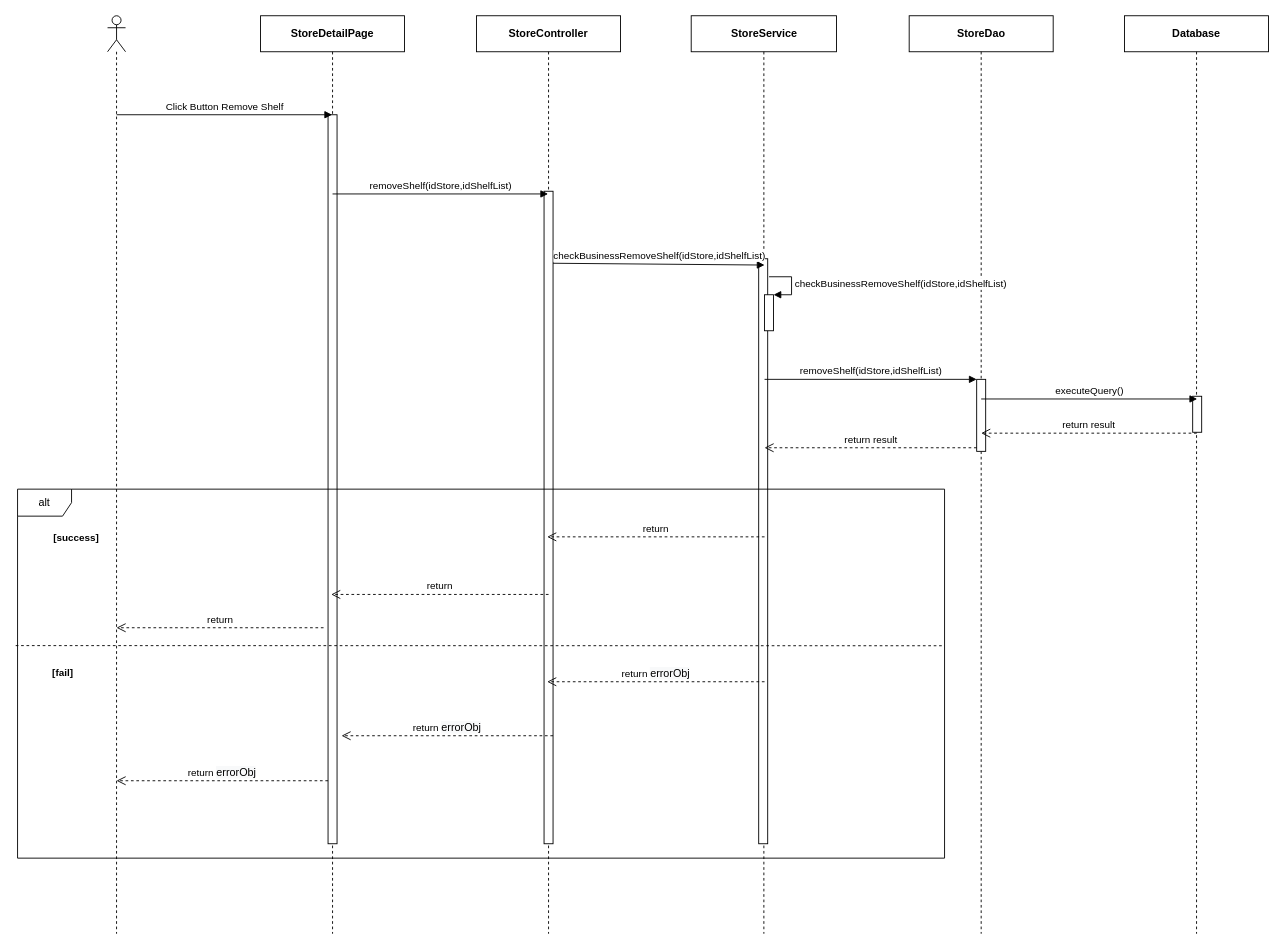
Above: page "Ev07" (4 of 4) of 0. Create/Sequece/sc01/SC0101_StoreDetail.drawio in luannmdev/CapstoneDocument (draw.io), before the change. Source tidied: cells renumbered, new cells numbered last; positions are measured from the earlier drawing's top-left corner, leaving out a move shared by most shapes. Both pictures are drawn from the tidied source at 90%, with x=0, y=0 at pixel (17, 15).
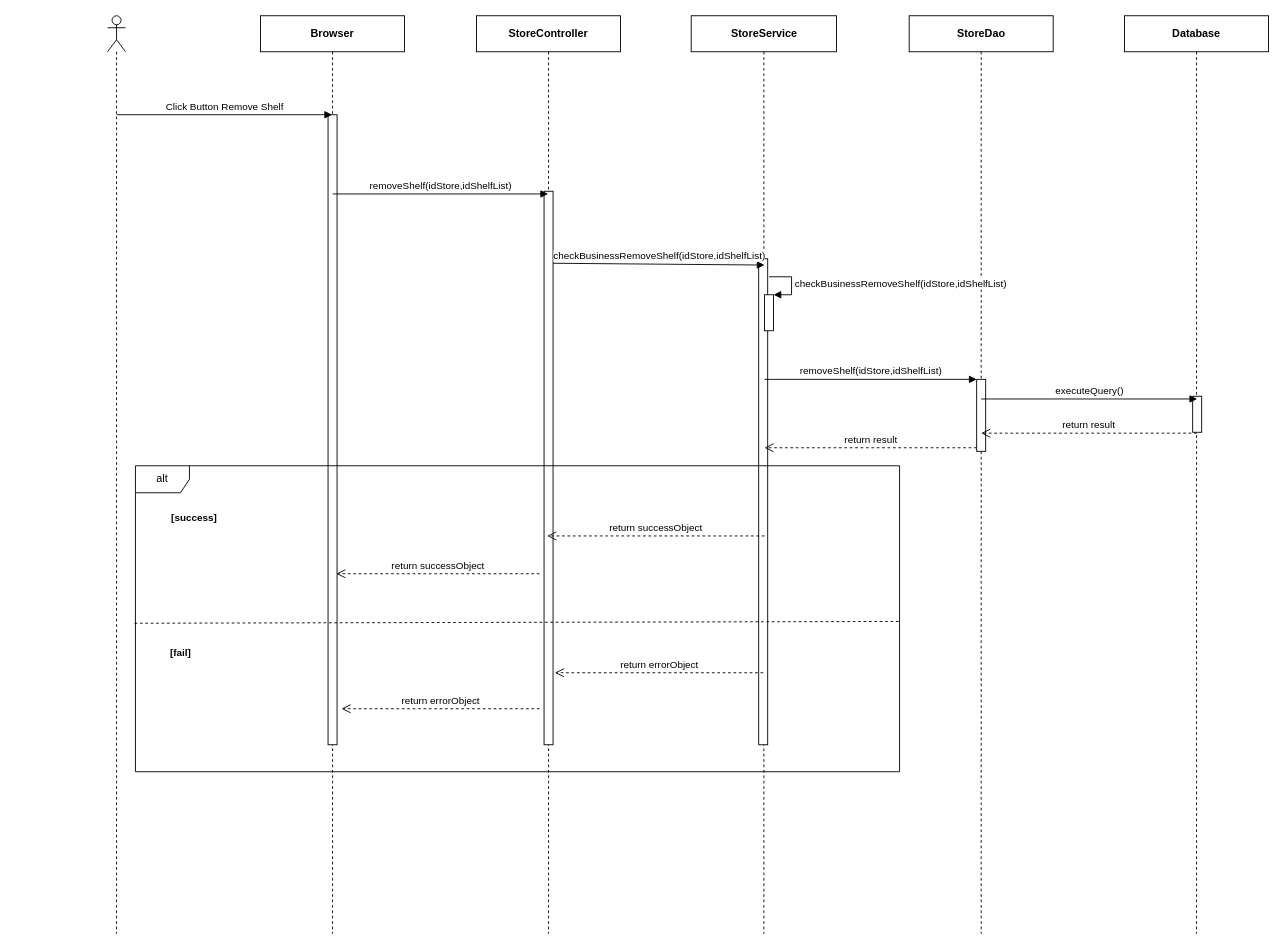
Above is the later version.

The change refers to these unchanged cells:
```xml
<mxCell id="6" value="&lt;b&gt;StoreService&lt;/b&gt;" style="shape=umlLifeline;perimeter=lifelinePerimeter;whiteSpace=wrap;html=1;" parent="1" vertex="1">
  <mxGeometry x="748.5" width="161.5" height="1020" as="geometry" />
</mxCell>
<mxCell id="8" value="&lt;b&gt;StoreController&lt;/b&gt;" style="shape=umlLifeline;perimeter=lifelinePerimeter;whiteSpace=wrap;html=1;" parent="1" vertex="1">
  <mxGeometry x="510" width="160" height="1020" as="geometry" />
</mxCell>
```

The edit, as a diff of the source:
```diff
@@
-    <mxCell id="3" value="&lt;b&gt;StoreDetailPage&lt;/b&gt;" style="shape=umlLifeline;perimeter=lifelinePerimeter;whiteSpace=wrap;html=1;outlineConnect=0;" parent="1" vertex="1">
+    <mxCell id="3" value="&lt;b&gt;Browser&lt;/b&gt;" style="shape=umlLifeline;perimeter=lifelinePerimeter;whiteSpace=wrap;html=1;outlineConnect=0;" parent="1" vertex="1">
       <mxGeometry x="270" width="160" height="1020" as="geometry" />
     </mxCell>
     <mxCell id="4" style="html=1;perimeter=orthogonalPerimeter;" parent="3" vertex="1">
-      <mxGeometry x="75" y="110" width="10" height="810" as="geometry" />
+      <mxGeometry x="75" y="110" width="10" height="700" as="geometry" />
     </mxCell>
@@
     <mxCell id="7" style="html=1;perimeter=orthogonalPerimeter;" parent="6" vertex="1">
-      <mxGeometry x="75" y="270" width="10" height="650" as="geometry" />
+      <mxGeometry x="75" y="270" width="10" height="540" as="geometry" />
     </mxCell>
@@
     <mxCell id="9" style="html=1;perimeter=orthogonalPerimeter;" parent="8" vertex="1">
-      <mxGeometry x="75" y="195" width="10" height="725" as="geometry" />
+      <mxGeometry x="75" y="195" width="10" height="615" as="geometry" />
     </mxCell>
@@
-    <mxCell id="18" value="alt" style="shape=umlFrame;whiteSpace=wrap;html=1;" parent="1" vertex="1">
-      <mxGeometry y="526" width="1030" height="410" as="geometry" />
-    </mxCell>
-    <mxCell id="19" value="return&amp;nbsp;&lt;span style=&quot;font-size: 12px ; background-color: rgb(248 , 249 , 250)&quot;&gt;errorObj&lt;/span&gt;" style="html=1;verticalAlign=bottom;endArrow=open;dashed=1;endSize=8;" parent="1" edge="1">
-      <mxGeometry relative="1" as="geometry">
-        <mxPoint x="830" y="740" as="sourcePoint" />
-        <mxPoint x="588.5" y="740" as="targetPoint" />
-      </mxGeometry>
-    </mxCell>
-    <mxCell id="20" value="return&amp;nbsp;&lt;span style=&quot;font-size: 12px ; background-color: rgb(248 , 249 , 250)&quot;&gt;errorObj&lt;/span&gt;" style="html=1;verticalAlign=bottom;endArrow=open;dashed=1;endSize=8;" parent="1" edge="1">
-      <mxGeometry relative="1" as="geometry">
-        <mxPoint x="595" y="800" as="sourcePoint" />
-        <mxPoint x="360" y="800" as="targetPoint" />
-      </mxGeometry>
-    </mxCell>
-    <mxCell id="21" value="return" style="html=1;verticalAlign=bottom;endArrow=open;dashed=1;endSize=8;" parent="1" edge="1">
-      <mxGeometry relative="1" as="geometry">
-        <mxPoint x="830" y="579" as="sourcePoint" />
-        <mxPoint x="588.5" y="579" as="targetPoint" />
-      </mxGeometry>
-    </mxCell>
-    <mxCell id="22" style="endArrow=none;dashed=1;html=1;exitX=-0.002;exitY=0.424;exitDx=0;exitDy=0;exitPerimeter=0;" parent="1" edge="1" source="18">
-      <mxGeometry relative="1" as="geometry">
-        <mxPoint x="1030" y="700" as="targetPoint" />
-      </mxGeometry>
-    </mxCell>
-    <mxCell id="23" value="return" style="html=1;verticalAlign=bottom;endArrow=open;dashed=1;endSize=8;" parent="1" edge="1">
-      <mxGeometry relative="1" as="geometry">
-        <mxPoint x="590" y="643" as="sourcePoint" />
-        <mxPoint x="348.5" y="643" as="targetPoint" />
-      </mxGeometry>
-    </mxCell>
@@
+    <mxCell id="18" value="alt" style="shape=umlFrame;whiteSpace=wrap;html=1;" parent="1" vertex="1">
+      <mxGeometry x="131" y="500" width="849" height="340" as="geometry" />
+    </mxCell>
     <mxCell id="28" value="&lt;span style=&quot;font-size: 11px ; background-color: rgb(255 , 255 , 255)&quot;&gt;&lt;b&gt;[success]&lt;/b&gt;&lt;/span&gt;" style="text;html=1;align=center;verticalAlign=middle;" parent="1" vertex="1">
-      <mxGeometry x="30" y="570" width="70" height="20" as="geometry" />
+      <mxGeometry x="161" y="548" width="70" height="20" as="geometry" />
     </mxCell>
     <mxCell id="29" value="&lt;span style=&quot;font-size: 11px ; background-color: rgb(255 , 255 , 255)&quot;&gt;&lt;b&gt;[fail]&lt;/b&gt;&lt;/span&gt;" style="text;html=1;align=center;verticalAlign=middle;" parent="1" vertex="1">
-      <mxGeometry x="30" y="720" width="40" height="20" as="geometry" />
+      <mxGeometry x="161" y="698" width="40" height="20" as="geometry" />
     </mxCell>
-    <mxCell id="30" value="return&amp;nbsp;&lt;span style=&quot;font-size: 12px ; background-color: rgb(248 , 249 , 250)&quot;&gt;errorObj&lt;/span&gt;" style="html=1;verticalAlign=bottom;endArrow=open;dashed=1;endSize=8;" parent="1" edge="1">
-      <mxGeometry relative="1" as="geometry">
-        <mxPoint x="345" y="850" as="sourcePoint" />
-        <mxPoint x="110" y="850" as="targetPoint" />
-      </mxGeometry>
-    </mxCell>
-    <mxCell id="31" value="return" style="html=1;verticalAlign=bottom;endArrow=open;dashed=1;endSize=8;" parent="1" edge="1">
-      <mxGeometry relative="1" as="geometry">
-        <mxPoint x="340" y="680" as="sourcePoint" />
-        <mxPoint x="110" y="680" as="targetPoint" />
-      </mxGeometry>
-    </mxCell>
+    <mxCell id="32" value="return errorObject" style="html=1;verticalAlign=bottom;endArrow=open;dashed=1;endSize=8;" parent="1" edge="1">
+      <mxGeometry relative="1" as="geometry">
+        <mxPoint x="580" y="770" as="sourcePoint" />
+        <mxPoint x="360" y="770" as="targetPoint" />
+      </mxGeometry>
+    </mxCell>
+    <mxCell id="33" value="return successObject" style="html=1;verticalAlign=bottom;endArrow=open;dashed=1;endSize=8;" parent="1" edge="1">
+      <mxGeometry relative="1" as="geometry">
+        <mxPoint x="580" y="620" as="sourcePoint" />
+        <mxPoint x="354.2" y="620" as="targetPoint" />
+      </mxGeometry>
+    </mxCell>
+    <mxCell id="34" value="return successObject" style="html=1;verticalAlign=bottom;endArrow=open;dashed=1;endSize=8;" parent="1" edge="1">
+      <mxGeometry relative="1" as="geometry">
+        <mxPoint x="830" y="578" as="sourcePoint" />
+        <mxPoint x="588.5" y="578" as="targetPoint" />
+      </mxGeometry>
+    </mxCell>
+    <mxCell id="35" value="return errorObject" style="html=1;verticalAlign=bottom;endArrow=open;dashed=1;endSize=8;" parent="1" edge="1">
+      <mxGeometry relative="1" as="geometry">
+        <mxPoint x="828.5" y="730" as="sourcePoint" />
+        <mxPoint x="597" y="730" as="targetPoint" />
+      </mxGeometry>
+    </mxCell>
+    <mxCell id="36" style="endArrow=none;dashed=1;html=1;exitX=-0.001;exitY=0.303;exitDx=0;exitDy=0;exitPerimeter=0;" parent="1" edge="1">
+      <mxGeometry relative="1" as="geometry">
+        <mxPoint x="130" y="675" as="sourcePoint" />
+        <mxPoint x="980" y="673" as="targetPoint" />
+      </mxGeometry>
+    </mxCell>
```
